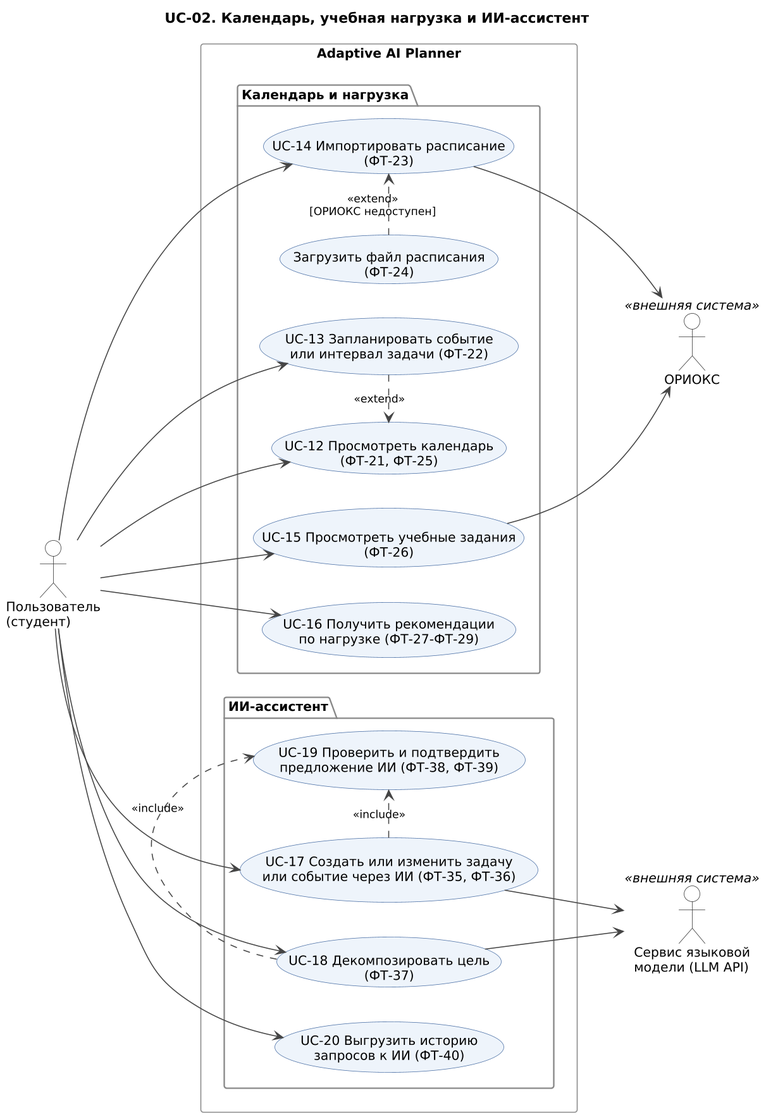
The PlantUML diagram docs/uml/png/UC-02_kalendar_ii.png in freez044/kpo_project, before a commit.
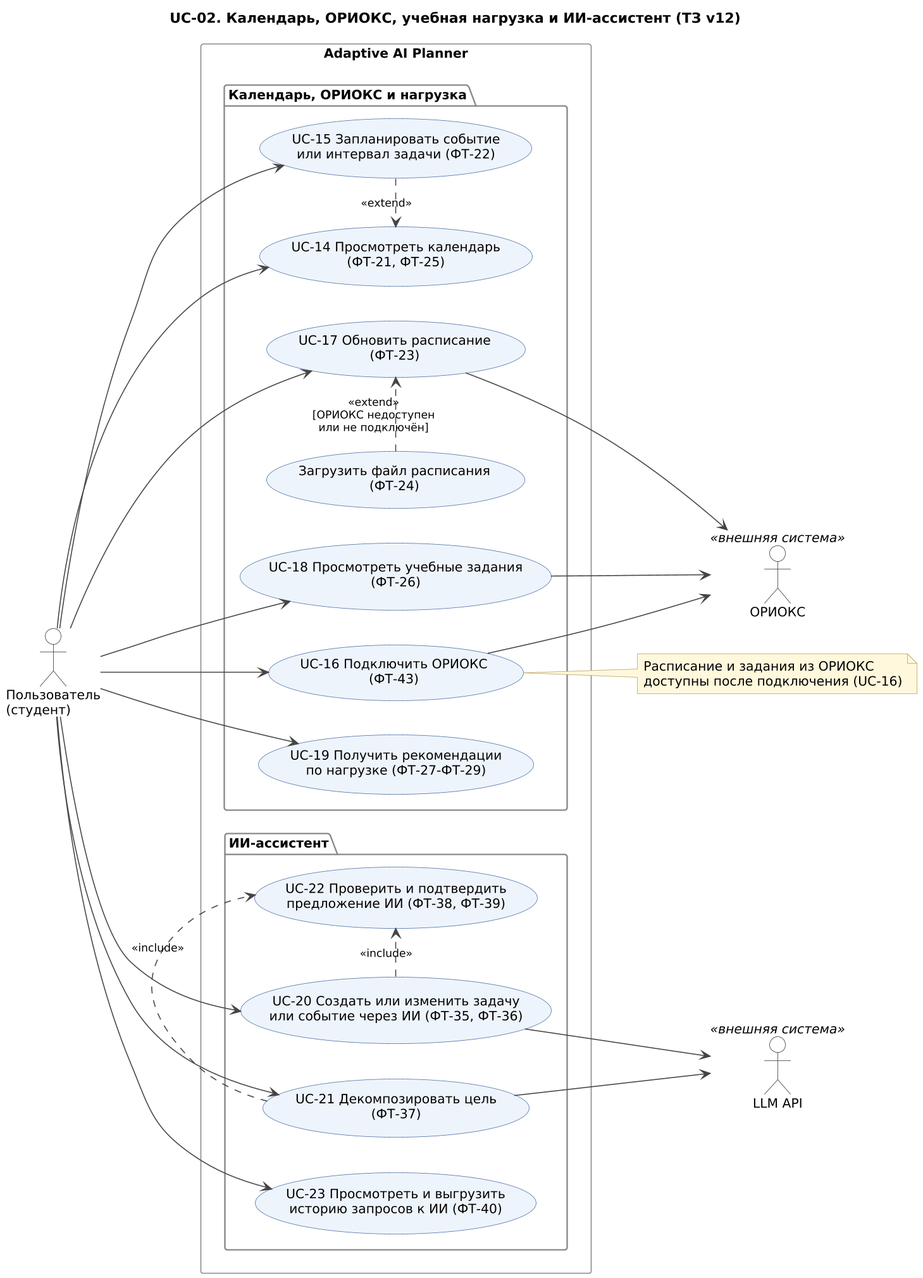
Later version of the same file.

Diff of the diagram source:
```diff
@@ -1,44 +1,53 @@
 @startuml UC-02_kalendar_ii
 !include style.iuml
-title UC-02. Календарь, учебная нагрузка и ИИ-ассистент
+title UC-02. Календарь, ОРИОКС, учебная нагрузка и ИИ-ассистент (ТЗ v12)
 left to right direction
 
 actor "Пользователь\n(студент)" as U
 actor "ОРИОКС" as OR <<внешняя система>>
-actor "Сервис языковой\nмодели (LLM API)" as LLM <<внешняя система>>
+actor "LLM API" as LLM <<внешняя система>>
 
 rectangle "Adaptive AI Planner" {
-  package "Календарь и нагрузка" {
-    usecase "UC-12 Просмотреть календарь\n(ФТ-21, ФТ-25)" as UC13
-    usecase "UC-13 Запланировать событие\nили интервал задачи (ФТ-22)" as UC14
-    usecase "UC-14 Импортировать расписание\n(ФТ-23)" as UC15
-    usecase "Загрузить файл расписания\n(ФТ-24)" as UC15F
-    usecase "UC-15 Просмотреть учебные задания\n(ФТ-26)" as UC16
-    usecase "UC-16 Получить рекомендации\nпо нагрузке (ФТ-27-ФТ-29)" as UC17
+  package "Календарь, ОРИОКС и нагрузка" {
+    usecase "UC-14 Просмотреть календарь\n(ФТ-21, ФТ-25)" as UC14
+    usecase "UC-15 Запланировать событие\nили интервал задачи (ФТ-22)" as UC15
+    usecase "UC-16 Подключить ОРИОКС\n(ФТ-43)" as UC16
+    usecase "UC-17 Обновить расписание\n(ФТ-23)" as UC17
+    usecase "Загрузить файл расписания\n(ФТ-24)" as UC17F
+    usecase "UC-18 Просмотреть учебные задания\n(ФТ-26)" as UC18
+    usecase "UC-19 Получить рекомендации\nпо нагрузке (ФТ-27-ФТ-29)" as UC19
   }
+
   package "ИИ-ассистент" {
-    usecase "UC-17 Создать или изменить задачу\nили событие через ИИ (ФТ-35, ФТ-36)" as UC18
-    usecase "UC-18 Декомпозировать цель\n(ФТ-37)" as UC19
-    usecase "UC-19 Проверить и подтвердить\nпредложение ИИ (ФТ-38, ФТ-39)" as UC20
-    usecase "UC-20 Выгрузить историю\nзапросов к ИИ (ФТ-40)" as UC21
+    usecase "UC-20 Создать или изменить задачу\nили событие через ИИ (ФТ-35, ФТ-36)" as UC20
+    usecase "UC-21 Декомпозировать цель\n(ФТ-37)" as UC21
+    usecase "UC-22 Проверить и подтвердить\nпредложение ИИ (ФТ-38, ФТ-39)" as UC22
+    usecase "UC-23 Просмотреть и выгрузить\nисторию запросов к ИИ (ФТ-40)" as UC23
   }
 }
 
-U --> UC13
 U --> UC14
 U --> UC15
 U --> UC16
 U --> UC17
 U --> UC18
 U --> UC19
+U --> UC20
 U --> UC21
+U --> UC23
 
-UC15 --> OR
 UC16 --> OR
-UC15F .> UC15 : <<extend>>\n[ОРИОКС недоступен]
-UC14 .> UC13 : <<extend>>
-UC18 .> UC20 : <<include>>
-UC19 .> UC20 : <<include>>
-UC18 --> LLM
-UC19 --> LLM
+UC17 --> OR
+UC18 --> OR
+UC15 .> UC14 : <<extend>>
+UC17F .> UC17 : <<extend>>\n[ОРИОКС недоступен\nили не подключён]
+UC20 .> UC22 : <<include>>
+UC21 .> UC22 : <<include>>
+UC20 --> LLM
+UC21 --> LLM
+
+note right of UC16
+  Расписание и задания из ОРИОКС
+  доступны после подключения (UC-16)
+end note
 @enduml
```
